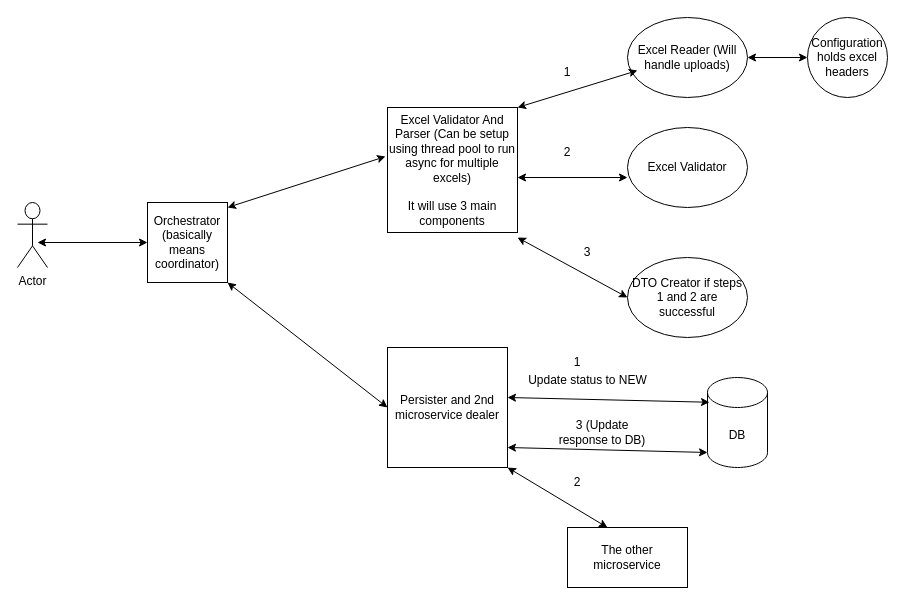
Above: Pratz Use Case.drawio in anshuldevmehta/RandomDiagrams (draw.io), before the change. Source tidied: cells renumbered, new cells numbered last; positions are measured from the earlier drawing's top-left corner, leaving out a move shared by most shapes. Both pictures are drawn from the tidied source at 100%, with x=0, y=0 at pixel (17, 17).
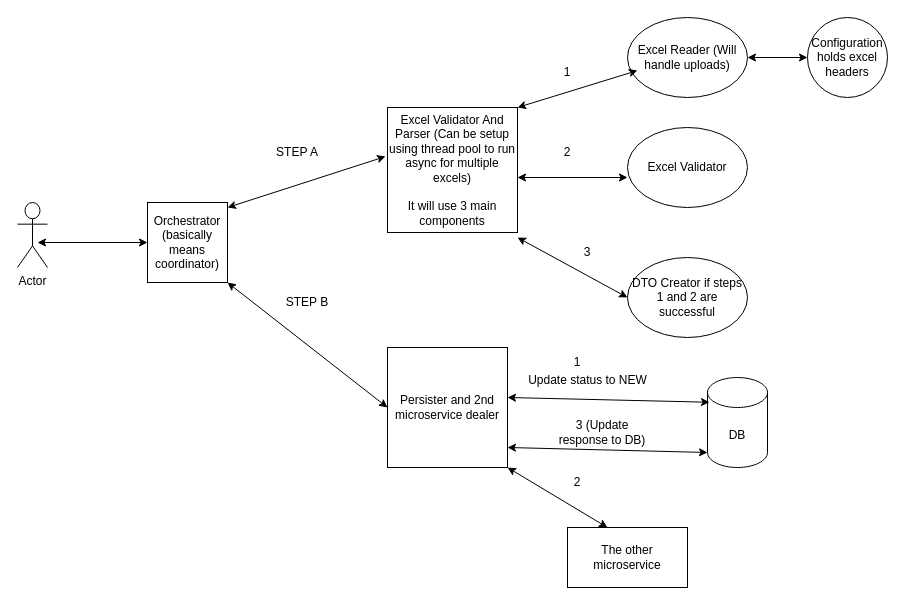
The same diagram, later.

The edit, as a diff of the source:
```diff
@@
+    <mxCell id="29" value="STEP A" style="text;html=1;strokeColor=none;fillColor=none;align=center;verticalAlign=middle;whiteSpace=wrap;rounded=0;" parent="1" vertex="1">
+      <mxGeometry x="250" y="120" width="60" height="30" as="geometry" />
+    </mxCell>
+    <mxCell id="30" value="STEP B" style="text;html=1;strokeColor=none;fillColor=none;align=center;verticalAlign=middle;whiteSpace=wrap;rounded=0;" parent="1" vertex="1">
+      <mxGeometry x="260" y="270" width="60" height="30" as="geometry" />
+    </mxCell>
```
